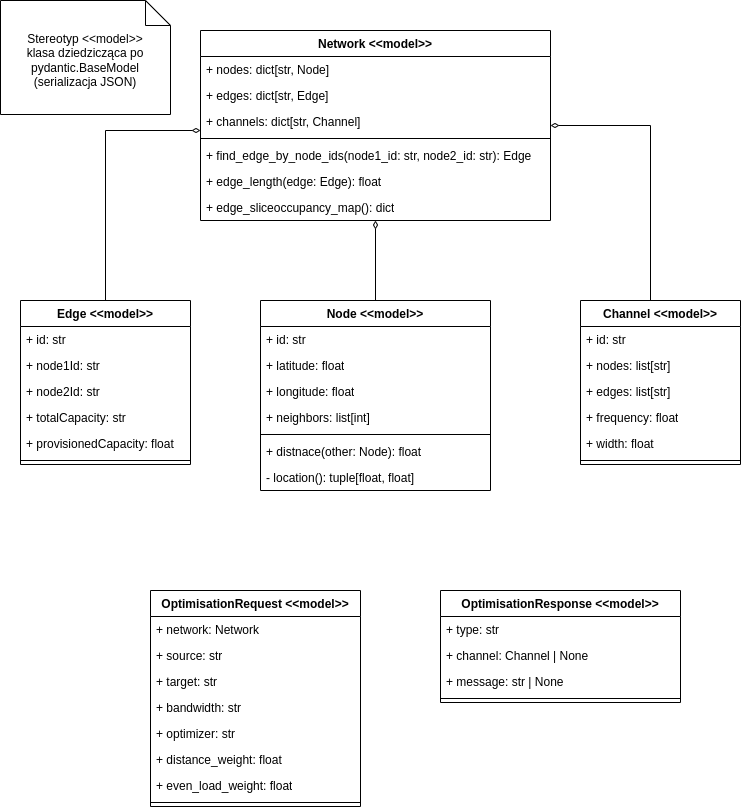
Earlier version of the draw.io export docs/diagrams/backend-models.drawio.png (mGarbowski/pzsp2-projekt). Source tidied: cells renumbered, new cells last; positions are measured from the earlier drawing's top-left corner, leaving out a move shared by most shapes. Its diagram source:
```xml
<mxGraphModel>
  <root>
    <mxCell id="0" />
    <mxCell id="1" parent="0" />
    <mxCell id="2" style="edgeStyle=orthogonalEdgeStyle;rounded=0;jettySize=auto;html=1;endArrow=diamondThin;endFill=0;" parent="1" edge="1" source="3" target="27">
      <mxGeometry relative="1" as="geometry">
        <Array as="points">
          <mxPoint x="105" y="130" />
        </Array>
      </mxGeometry>
    </mxCell>
    <mxCell id="3" value="Edge&amp;nbsp;&lt;span style=&quot;background-color: initial;&quot;&gt;&amp;lt;&amp;lt;model&amp;gt;&amp;gt;&lt;/span&gt;" style="swimlane;fontStyle=1;align=center;verticalAlign=top;horizontal=1;startSize=26;whiteSpace=wrap;html=1;" parent="1" vertex="1">
      <mxGeometry x="20" y="300" width="170" height="164" as="geometry" />
    </mxCell>
    <mxCell id="4" value="+ id: str" style="text;strokeColor=none;fillColor=none;align=left;verticalAlign=top;spacingLeft=4;spacingRight=4;overflow=hidden;whiteSpace=wrap;html=1;" parent="3" vertex="1">
      <mxGeometry y="26" width="170" height="26" as="geometry" />
    </mxCell>
    <mxCell id="5" value="+ node1Id: str" style="text;strokeColor=none;fillColor=none;align=left;verticalAlign=top;spacingLeft=4;spacingRight=4;overflow=hidden;whiteSpace=wrap;html=1;" parent="3" vertex="1">
      <mxGeometry y="52" width="170" height="26" as="geometry" />
    </mxCell>
    <mxCell id="6" value="+ node2Id: str" style="text;strokeColor=none;fillColor=none;align=left;verticalAlign=top;spacingLeft=4;spacingRight=4;overflow=hidden;whiteSpace=wrap;html=1;" parent="3" vertex="1">
      <mxGeometry y="78" width="170" height="26" as="geometry" />
    </mxCell>
    <mxCell id="7" value="+ totalCapacity: str" style="text;strokeColor=none;fillColor=none;align=left;verticalAlign=top;spacingLeft=4;spacingRight=4;overflow=hidden;whiteSpace=wrap;html=1;" parent="3" vertex="1">
      <mxGeometry y="104" width="170" height="26" as="geometry" />
    </mxCell>
    <mxCell id="8" value="+ provisionedCapacity: float" style="text;strokeColor=none;fillColor=none;align=left;verticalAlign=top;spacingLeft=4;spacingRight=4;overflow=hidden;whiteSpace=wrap;html=1;" parent="3" vertex="1">
      <mxGeometry y="130" width="170" height="26" as="geometry" />
    </mxCell>
    <mxCell id="9" style="line;strokeWidth=1;fillColor=none;align=left;verticalAlign=middle;spacingTop=-1;spacingLeft=3;spacingRight=3;labelPosition=right;strokeColor=inherit;" parent="3" vertex="1">
      <mxGeometry y="156" width="170" height="8" as="geometry" />
    </mxCell>
    <mxCell id="10" style="edgeStyle=orthogonalEdgeStyle;rounded=0;jettySize=auto;html=1;endArrow=diamondThin;endFill=0;" parent="1" edge="1" source="11" target="27">
      <mxGeometry relative="1" as="geometry" />
    </mxCell>
    <mxCell id="11" value="Node &amp;lt;&amp;lt;model&amp;gt;&amp;gt;" style="swimlane;fontStyle=1;align=center;verticalAlign=top;horizontal=1;startSize=26;whiteSpace=wrap;html=1;" parent="1" vertex="1">
      <mxGeometry x="260" y="300" width="230" height="190" as="geometry" />
    </mxCell>
    <mxCell id="12" value="+ id: str" style="text;strokeColor=none;fillColor=none;align=left;verticalAlign=top;spacingLeft=4;spacingRight=4;overflow=hidden;whiteSpace=wrap;html=1;" parent="11" vertex="1">
      <mxGeometry y="26" width="230" height="26" as="geometry" />
    </mxCell>
    <mxCell id="13" value="+ latitude: float" style="text;strokeColor=none;fillColor=none;align=left;verticalAlign=top;spacingLeft=4;spacingRight=4;overflow=hidden;whiteSpace=wrap;html=1;" parent="11" vertex="1">
      <mxGeometry y="52" width="230" height="26" as="geometry" />
    </mxCell>
    <mxCell id="14" value="+ longitude: float" style="text;strokeColor=none;fillColor=none;align=left;verticalAlign=top;spacingLeft=4;spacingRight=4;overflow=hidden;whiteSpace=wrap;html=1;" parent="11" vertex="1">
      <mxGeometry y="78" width="230" height="26" as="geometry" />
    </mxCell>
    <mxCell id="15" value="+ neighbors: list[int]" style="text;strokeColor=none;fillColor=none;align=left;verticalAlign=top;spacingLeft=4;spacingRight=4;overflow=hidden;whiteSpace=wrap;html=1;" parent="11" vertex="1">
      <mxGeometry y="104" width="230" height="26" as="geometry" />
    </mxCell>
    <mxCell id="16" style="line;strokeWidth=1;fillColor=none;align=left;verticalAlign=middle;spacingTop=-1;spacingLeft=3;spacingRight=3;labelPosition=right;strokeColor=inherit;" parent="11" vertex="1">
      <mxGeometry y="130" width="230" height="8" as="geometry" />
    </mxCell>
    <mxCell id="17" value="+ distnace(other: Node): float" style="text;strokeColor=none;fillColor=none;align=left;verticalAlign=top;spacingLeft=4;spacingRight=4;overflow=hidden;whiteSpace=wrap;html=1;" parent="11" vertex="1">
      <mxGeometry y="138" width="230" height="26" as="geometry" />
    </mxCell>
    <mxCell id="18" value="- location(): tuple[float, float]" style="text;strokeColor=none;fillColor=none;align=left;verticalAlign=top;spacingLeft=4;spacingRight=4;overflow=hidden;whiteSpace=wrap;html=1;" parent="11" vertex="1">
      <mxGeometry y="164" width="230" height="26" as="geometry" />
    </mxCell>
    <mxCell id="19" style="edgeStyle=orthogonalEdgeStyle;rounded=0;jettySize=auto;html=1;endArrow=diamondThin;endFill=0;" parent="1" edge="1" source="20" target="27">
      <mxGeometry relative="1" as="geometry">
        <Array as="points">
          <mxPoint x="650" y="125" />
        </Array>
      </mxGeometry>
    </mxCell>
    <mxCell id="20" value="Channel &amp;lt;&amp;lt;model&amp;gt;&amp;gt;" style="swimlane;fontStyle=1;align=center;verticalAlign=top;horizontal=1;startSize=26;whiteSpace=wrap;html=1;" parent="1" vertex="1">
      <mxGeometry x="580" y="300" width="160" height="164" as="geometry" />
    </mxCell>
    <mxCell id="21" value="+ id: str" style="text;strokeColor=none;fillColor=none;align=left;verticalAlign=top;spacingLeft=4;spacingRight=4;overflow=hidden;whiteSpace=wrap;html=1;" parent="20" vertex="1">
      <mxGeometry y="26" width="160" height="26" as="geometry" />
    </mxCell>
    <mxCell id="22" value="+ nodes: list[str]" style="text;strokeColor=none;fillColor=none;align=left;verticalAlign=top;spacingLeft=4;spacingRight=4;overflow=hidden;whiteSpace=wrap;html=1;" parent="20" vertex="1">
      <mxGeometry y="52" width="160" height="26" as="geometry" />
    </mxCell>
    <mxCell id="23" value="+ edges: list[str]" style="text;strokeColor=none;fillColor=none;align=left;verticalAlign=top;spacingLeft=4;spacingRight=4;overflow=hidden;whiteSpace=wrap;html=1;" parent="20" vertex="1">
      <mxGeometry y="78" width="160" height="26" as="geometry" />
    </mxCell>
    <mxCell id="24" value="+ frequency: float" style="text;strokeColor=none;fillColor=none;align=left;verticalAlign=top;spacingLeft=4;spacingRight=4;overflow=hidden;whiteSpace=wrap;html=1;" parent="20" vertex="1">
      <mxGeometry y="104" width="160" height="26" as="geometry" />
    </mxCell>
    <mxCell id="25" value="+ width: float" style="text;strokeColor=none;fillColor=none;align=left;verticalAlign=top;spacingLeft=4;spacingRight=4;overflow=hidden;whiteSpace=wrap;html=1;" parent="20" vertex="1">
      <mxGeometry y="130" width="160" height="26" as="geometry" />
    </mxCell>
    <mxCell id="26" style="line;strokeWidth=1;fillColor=none;align=left;verticalAlign=middle;spacingTop=-1;spacingLeft=3;spacingRight=3;labelPosition=right;strokeColor=inherit;" parent="20" vertex="1">
      <mxGeometry y="156" width="160" height="8" as="geometry" />
    </mxCell>
    <mxCell id="27" value="Network &amp;lt;&amp;lt;model&amp;gt;&amp;gt;" style="swimlane;fontStyle=1;align=center;verticalAlign=top;horizontal=1;startSize=26;whiteSpace=wrap;html=1;" parent="1" vertex="1">
      <mxGeometry x="200" y="30" width="350" height="190" as="geometry" />
    </mxCell>
    <mxCell id="28" value="+ nodes: dict[str, Node]" style="text;strokeColor=none;fillColor=none;align=left;verticalAlign=top;spacingLeft=4;spacingRight=4;overflow=hidden;whiteSpace=wrap;html=1;" parent="27" vertex="1">
      <mxGeometry y="26" width="350" height="26" as="geometry" />
    </mxCell>
    <mxCell id="29" value="+ edges: dict[str, Edge]" style="text;strokeColor=none;fillColor=none;align=left;verticalAlign=top;spacingLeft=4;spacingRight=4;overflow=hidden;whiteSpace=wrap;html=1;" parent="27" vertex="1">
      <mxGeometry y="52" width="350" height="26" as="geometry" />
    </mxCell>
    <mxCell id="30" value="+ channels: dict[str, Channel]" style="text;strokeColor=none;fillColor=none;align=left;verticalAlign=top;spacingLeft=4;spacingRight=4;overflow=hidden;whiteSpace=wrap;html=1;" parent="27" vertex="1">
      <mxGeometry y="78" width="350" height="26" as="geometry" />
    </mxCell>
    <mxCell id="31" style="line;strokeWidth=1;fillColor=none;align=left;verticalAlign=middle;spacingTop=-1;spacingLeft=3;spacingRight=3;labelPosition=right;strokeColor=inherit;" parent="27" vertex="1">
      <mxGeometry y="104" width="350" height="8" as="geometry" />
    </mxCell>
    <mxCell id="32" value="+ find_edge_by_node_ids(node1_id: str, node2_id: str): Edge" style="text;strokeColor=none;fillColor=none;align=left;verticalAlign=top;spacingLeft=4;spacingRight=4;overflow=hidden;whiteSpace=wrap;html=1;" parent="27" vertex="1">
      <mxGeometry y="112" width="350" height="26" as="geometry" />
    </mxCell>
    <mxCell id="33" value="+ edge_length(edge: Edge): float" style="text;strokeColor=none;fillColor=none;align=left;verticalAlign=top;spacingLeft=4;spacingRight=4;overflow=hidden;whiteSpace=wrap;html=1;" parent="27" vertex="1">
      <mxGeometry y="138" width="350" height="26" as="geometry" />
    </mxCell>
    <mxCell id="34" value="+ edge_sliceoccupancy_map(): dict" style="text;strokeColor=none;fillColor=none;align=left;verticalAlign=top;spacingLeft=4;spacingRight=4;overflow=hidden;whiteSpace=wrap;html=1;" parent="27" vertex="1">
      <mxGeometry y="164" width="350" height="26" as="geometry" />
    </mxCell>
    <mxCell id="35" value="OptimisationRequest &amp;lt;&amp;lt;model&amp;gt;&amp;gt;" style="swimlane;fontStyle=1;align=center;verticalAlign=top;horizontal=1;startSize=26;whiteSpace=wrap;html=1;" parent="1" vertex="1">
      <mxGeometry x="150" y="590" width="210" height="216" as="geometry" />
    </mxCell>
    <mxCell id="36" value="+ network: Network" style="text;strokeColor=none;fillColor=none;align=left;verticalAlign=top;spacingLeft=4;spacingRight=4;overflow=hidden;whiteSpace=wrap;html=1;" parent="35" vertex="1">
      <mxGeometry y="26" width="210" height="26" as="geometry" />
    </mxCell>
    <mxCell id="37" value="+ source: str" style="text;strokeColor=none;fillColor=none;align=left;verticalAlign=top;spacingLeft=4;spacingRight=4;overflow=hidden;whiteSpace=wrap;html=1;" parent="35" vertex="1">
      <mxGeometry y="52" width="210" height="26" as="geometry" />
    </mxCell>
    <mxCell id="38" value="+ target: str" style="text;strokeColor=none;fillColor=none;align=left;verticalAlign=top;spacingLeft=4;spacingRight=4;overflow=hidden;whiteSpace=wrap;html=1;" parent="35" vertex="1">
      <mxGeometry y="78" width="210" height="26" as="geometry" />
    </mxCell>
    <mxCell id="39" value="+ bandwidth: str" style="text;strokeColor=none;fillColor=none;align=left;verticalAlign=top;spacingLeft=4;spacingRight=4;overflow=hidden;whiteSpace=wrap;html=1;" parent="35" vertex="1">
      <mxGeometry y="104" width="210" height="26" as="geometry" />
    </mxCell>
    <mxCell id="40" value="+ optimizer: str" style="text;strokeColor=none;fillColor=none;align=left;verticalAlign=top;spacingLeft=4;spacingRight=4;overflow=hidden;whiteSpace=wrap;html=1;" parent="35" vertex="1">
      <mxGeometry y="130" width="210" height="26" as="geometry" />
    </mxCell>
    <mxCell id="41" value="+ distance_weight: float&lt;span style=&quot;color: rgba(0, 0, 0, 0); font-family: monospace; font-size: 0px; text-wrap: nowrap;&quot;&gt;%3CmxGraphModel%3E%3Croot%3E%3CmxCell%20id%3D%220%22%2F%3E%3CmxCell%20id%3D%221%22%20parent%3D%220%22%2F%3E%3CmxCell%20id%3D%222%22%20value%3D%22%2B%20field%3A%20type%22%20style%3D%22text%3BstrokeColor%3Dnone%3BfillColor%3Dnone%3Balign%3Dleft%3BverticalAlign%3Dtop%3BspacingLeft%3D4%3BspacingRight%3D4%3Boverflow%3Dhidden%3Brotatable%3D0%3Bpoints%3D%5B%5B0%2C0.5%5D%2C%5B1%2C0.5%5D%5D%3BportConstraint%3Deastwest%3BwhiteSpace%3Dwrap%3Bhtml%3D1%3B%22%20vertex%3D%221%22%20parent%3D%221%22%3E%3CmxGeometry%20x%3D%221120%22%20y%3D%22543%22%20width%3D%22280%22%20height%3D%2226%22%20as%3D%22geometry%22%2F%3E%3C%2FmxCell%3E%3C%2Froot%3E%3C%2FmxGraphModel%3E&lt;/span&gt;" style="text;strokeColor=none;fillColor=none;align=left;verticalAlign=top;spacingLeft=4;spacingRight=4;overflow=hidden;whiteSpace=wrap;html=1;" parent="35" vertex="1">
      <mxGeometry y="156" width="210" height="26" as="geometry" />
    </mxCell>
    <mxCell id="42" value="+ even_load_weight: float" style="text;strokeColor=none;fillColor=none;align=left;verticalAlign=top;spacingLeft=4;spacingRight=4;overflow=hidden;whiteSpace=wrap;html=1;" parent="35" vertex="1">
      <mxGeometry y="182" width="210" height="26" as="geometry" />
    </mxCell>
    <mxCell id="43" style="line;strokeWidth=1;fillColor=none;align=left;verticalAlign=middle;spacingTop=-1;spacingLeft=3;spacingRight=3;labelPosition=right;strokeColor=inherit;" parent="35" vertex="1">
      <mxGeometry y="208" width="210" height="8" as="geometry" />
    </mxCell>
    <mxCell id="44" value="OptimisationResponse &amp;lt;&amp;lt;model&amp;gt;&amp;gt;" style="swimlane;fontStyle=1;align=center;verticalAlign=top;horizontal=1;startSize=26;whiteSpace=wrap;html=1;" parent="1" vertex="1">
      <mxGeometry x="440" y="590" width="240" height="112" as="geometry" />
    </mxCell>
    <mxCell id="45" value="+ type: str" style="text;strokeColor=none;fillColor=none;align=left;verticalAlign=top;spacingLeft=4;spacingRight=4;overflow=hidden;whiteSpace=wrap;html=1;" parent="44" vertex="1">
      <mxGeometry y="26" width="240" height="26" as="geometry" />
    </mxCell>
    <mxCell id="46" value="+ channel: Channel | None" style="text;strokeColor=none;fillColor=none;align=left;verticalAlign=top;spacingLeft=4;spacingRight=4;overflow=hidden;whiteSpace=wrap;html=1;" parent="44" vertex="1">
      <mxGeometry y="52" width="240" height="26" as="geometry" />
    </mxCell>
    <mxCell id="47" value="+ message: str | None" style="text;strokeColor=none;fillColor=none;align=left;verticalAlign=top;spacingLeft=4;spacingRight=4;overflow=hidden;whiteSpace=wrap;html=1;" parent="44" vertex="1">
      <mxGeometry y="78" width="240" height="26" as="geometry" />
    </mxCell>
    <mxCell id="48" style="line;strokeWidth=1;fillColor=none;align=left;verticalAlign=middle;spacingTop=-1;spacingLeft=3;spacingRight=3;labelPosition=right;strokeColor=inherit;" parent="44" vertex="1">
      <mxGeometry y="104" width="240" height="8" as="geometry" />
    </mxCell>
    <mxCell id="49" value="Stereotyp &amp;lt;&amp;lt;model&amp;gt;&amp;gt;&lt;div&gt;klasa dziedzicząca po pydantic.BaseModel&lt;/div&gt;&lt;div&gt;(serializacja JSON)&lt;/div&gt;" style="shape=note2;boundedLbl=1;whiteSpace=wrap;html=1;size=25;verticalAlign=top;align=center;" parent="1" vertex="1">
      <mxGeometry width="170" height="114" as="geometry" />
    </mxCell>
  </root>
</mxGraphModel>
```
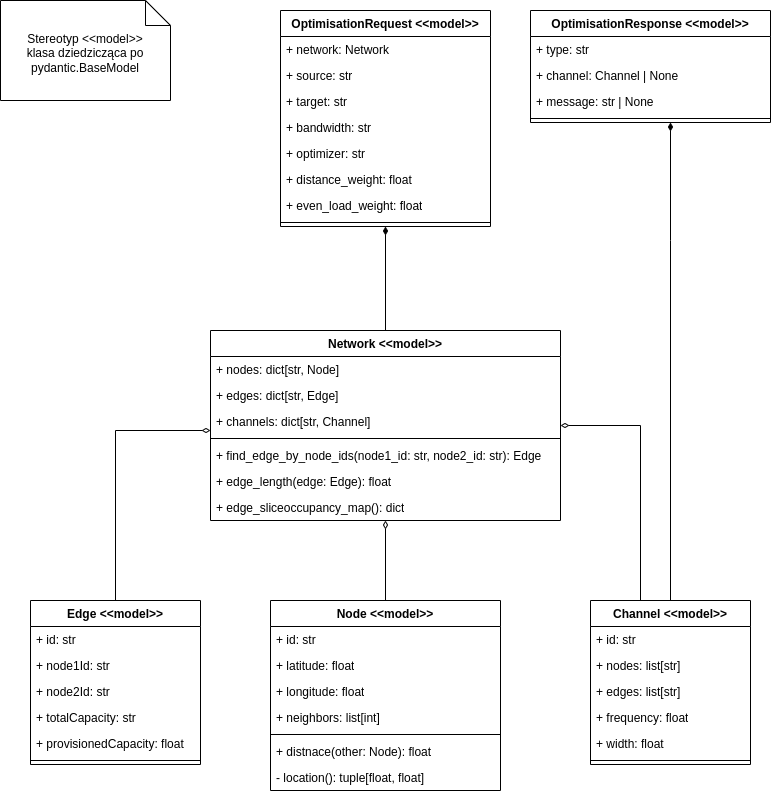
After the commit.

Commit message:
add missing arrows

Diff of the diagram source:
```diff
@@ -60,10 +60,18 @@
     <mxCell id="19" style="edgeStyle=orthogonalEdgeStyle;rounded=0;jettySize=auto;html=1;endArrow=diamondThin;endFill=0;" parent="1" edge="1" source="20" target="27">
       <mxGeometry relative="1" as="geometry">
         <Array as="points">
-          <mxPoint x="650" y="125" />
+          <mxPoint x="630" y="125" />
         </Array>
       </mxGeometry>
     </mxCell>
+    <mxCell id="50" style="edgeStyle=orthogonalEdgeStyle;rounded=0;jettySize=auto;html=1;endArrow=diamondThin;endFill=1;" parent="1" edge="1" source="20" target="44">
+      <mxGeometry relative="1" as="geometry">
+        <Array as="points">
+          <mxPoint x="660" y="-60" />
+          <mxPoint x="660" y="-60" />
+        </Array>
+      </mxGeometry>
+    </mxCell>
     <mxCell id="20" value="Channel &amp;lt;&amp;lt;model&amp;gt;&amp;gt;" style="swimlane;fontStyle=1;align=center;verticalAlign=top;horizontal=1;startSize=26;whiteSpace=wrap;html=1;" parent="1" vertex="1">
       <mxGeometry x="580" y="300" width="160" height="164" as="geometry" />
     </mxCell>
@@ -85,6 +93,9 @@
     <mxCell id="26" style="line;strokeWidth=1;fillColor=none;align=left;verticalAlign=middle;spacingTop=-1;spacingLeft=3;spacingRight=3;labelPosition=right;strokeColor=inherit;" parent="20" vertex="1">
       <mxGeometry y="156" width="160" height="8" as="geometry" />
     </mxCell>
+    <mxCell id="51" style="edgeStyle=orthogonalEdgeStyle;rounded=0;jettySize=auto;html=1;endArrow=diamondThin;endFill=1;" parent="1" edge="1" source="27" target="35">
+      <mxGeometry relative="1" as="geometry" />
+    </mxCell>
     <mxCell id="27" value="Network &amp;lt;&amp;lt;model&amp;gt;&amp;gt;" style="swimlane;fontStyle=1;align=center;verticalAlign=top;horizontal=1;startSize=26;whiteSpace=wrap;html=1;" parent="1" vertex="1">
       <mxGeometry x="200" y="30" width="350" height="190" as="geometry" />
     </mxCell>
@@ -110,7 +121,7 @@
       <mxGeometry y="164" width="350" height="26" as="geometry" />
     </mxCell>
     <mxCell id="35" value="OptimisationRequest &amp;lt;&amp;lt;model&amp;gt;&amp;gt;" style="swimlane;fontStyle=1;align=center;verticalAlign=top;horizontal=1;startSize=26;whiteSpace=wrap;html=1;" parent="1" vertex="1">
-      <mxGeometry x="150" y="590" width="210" height="216" as="geometry" />
+      <mxGeometry x="270" y="-290" width="210" height="216" as="geometry" />
     </mxCell>
     <mxCell id="36" value="+ network: Network" style="text;strokeColor=none;fillColor=none;align=left;verticalAlign=top;spacingLeft=4;spacingRight=4;overflow=hidden;whiteSpace=wrap;html=1;" parent="35" vertex="1">
       <mxGeometry y="26" width="210" height="26" as="geometry" />
@@ -137,7 +148,7 @@
       <mxGeometry y="208" width="210" height="8" as="geometry" />
     </mxCell>
     <mxCell id="44" value="OptimisationResponse &amp;lt;&amp;lt;model&amp;gt;&amp;gt;" style="swimlane;fontStyle=1;align=center;verticalAlign=top;horizontal=1;startSize=26;whiteSpace=wrap;html=1;" parent="1" vertex="1">
-      <mxGeometry x="440" y="590" width="240" height="112" as="geometry" />
+      <mxGeometry x="520" y="-290" width="240" height="112" as="geometry" />
     </mxCell>
     <mxCell id="45" value="+ type: str" style="text;strokeColor=none;fillColor=none;align=left;verticalAlign=top;spacingLeft=4;spacingRight=4;overflow=hidden;whiteSpace=wrap;html=1;" parent="44" vertex="1">
       <mxGeometry y="26" width="240" height="26" as="geometry" />
@@ -151,8 +162,8 @@
     <mxCell id="48" style="line;strokeWidth=1;fillColor=none;align=left;verticalAlign=middle;spacingTop=-1;spacingLeft=3;spacingRight=3;labelPosition=right;strokeColor=inherit;" parent="44" vertex="1">
       <mxGeometry y="104" width="240" height="8" as="geometry" />
     </mxCell>
-    <mxCell id="49" value="Stereotyp &amp;lt;&amp;lt;model&amp;gt;&amp;gt;&lt;div&gt;klasa dziedzicząca po pydantic.BaseModel&lt;/div&gt;&lt;div&gt;(serializacja JSON)&lt;/div&gt;" style="shape=note2;boundedLbl=1;whiteSpace=wrap;html=1;size=25;verticalAlign=top;align=center;" parent="1" vertex="1">
-      <mxGeometry width="170" height="114" as="geometry" />
+    <mxCell id="49" value="Stereotyp &amp;lt;&amp;lt;model&amp;gt;&amp;gt;&lt;div&gt;klasa dziedzicząca po pydantic.BaseModel&lt;/div&gt;" style="shape=note2;boundedLbl=1;whiteSpace=wrap;html=1;size=25;verticalAlign=top;align=center;" parent="1" vertex="1">
+      <mxGeometry x="-10" y="-300" width="170" height="100" as="geometry" />
     </mxCell>
   </root>
 </mxGraphModel>
```
